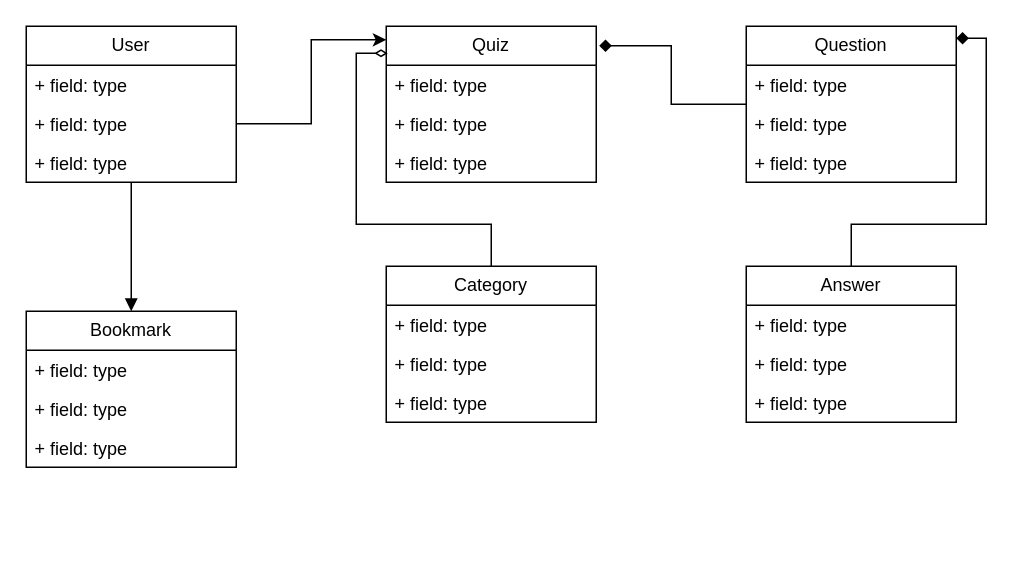
The draw.io diagram views/Untitled Diagram.drawio in AksharNana/QuizPlatform-Docs, before the edit. Source tidied: cells renumbered, new cells numbered last; positions are measured from the earlier drawing's top-left corner, leaving out a move shared by most shapes. Both pictures are drawn from the tidied source at 150%, with x=0, y=0 at pixel (26, 26).
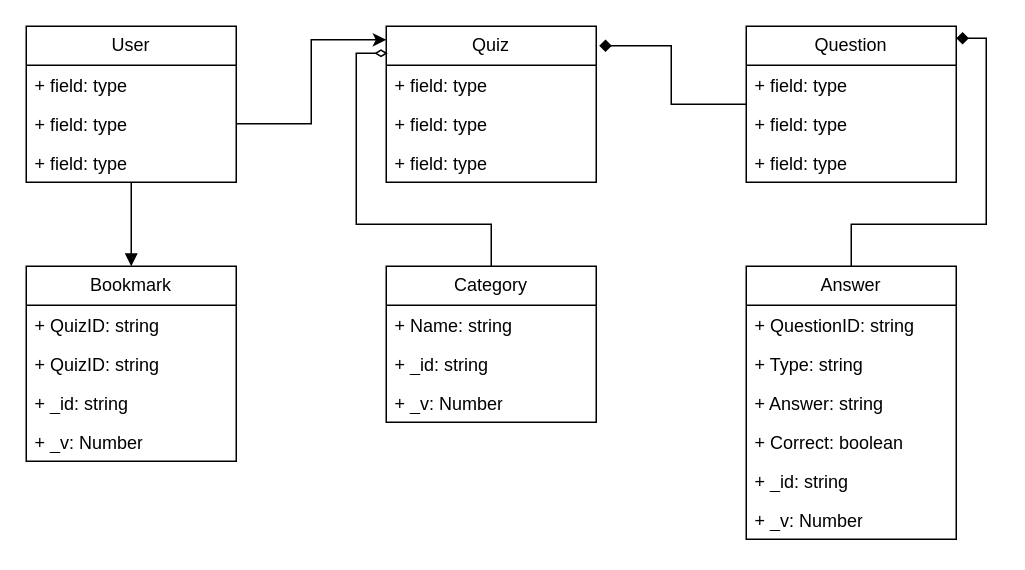
The same page after the edit.

Unchanged cells that the change refers to:
```xml
<mxCell id="22" value="Category" style="swimlane;fontStyle=0;horizontal=1;startSize=26;fillColor=none;whiteSpace=wrap;html=1;" parent="1" vertex="1">
  <mxGeometry x="240" y="160" width="140" height="104" as="geometry" />
</mxCell>
```

Diff of the diagram source:
```diff
@@
     <mxCell id="17" value="Answer" style="swimlane;fontStyle=0;horizontal=1;startSize=26;fillColor=none;whiteSpace=wrap;html=1;" parent="1" vertex="1">
-      <mxGeometry x="480" y="160" width="140" height="104" as="geometry" />
+      <mxGeometry x="480" y="160" width="140" height="182" as="geometry" />
     </mxCell>
-    <mxCell id="18" value="+ field: type" style="text;strokeColor=none;fillColor=none;align=left;verticalAlign=top;spacingLeft=4;spacingRight=4;overflow=hidden;whiteSpace=wrap;html=1;" parent="17" vertex="1">
+    <mxCell id="18" value="+ QuestionID: string" style="text;strokeColor=none;fillColor=none;align=left;verticalAlign=top;spacingLeft=4;spacingRight=4;overflow=hidden;whiteSpace=wrap;html=1;" parent="17" vertex="1">
       <mxGeometry y="26" width="140" height="26" as="geometry" />
     </mxCell>
-    <mxCell id="19" value="+ field: type" style="text;strokeColor=none;fillColor=none;align=left;verticalAlign=top;spacingLeft=4;spacingRight=4;overflow=hidden;whiteSpace=wrap;html=1;" parent="17" vertex="1">
+    <mxCell id="19" value="+ Type: string" style="text;strokeColor=none;fillColor=none;align=left;verticalAlign=top;spacingLeft=4;spacingRight=4;overflow=hidden;whiteSpace=wrap;html=1;" parent="17" vertex="1">
       <mxGeometry y="52" width="140" height="26" as="geometry" />
     </mxCell>
-    <mxCell id="20" value="+ field: type" style="text;strokeColor=none;fillColor=none;align=left;verticalAlign=top;spacingLeft=4;spacingRight=4;overflow=hidden;whiteSpace=wrap;html=1;" parent="17" vertex="1">
+    <mxCell id="20" value="+ Answer: string" style="text;strokeColor=none;fillColor=none;align=left;verticalAlign=top;spacingLeft=4;spacingRight=4;overflow=hidden;whiteSpace=wrap;html=1;" parent="17" vertex="1">
       <mxGeometry y="78" width="140" height="26" as="geometry" />
     </mxCell>
+    <mxCell id="31" value="+ Correct: boolean" style="text;strokeColor=none;fillColor=none;align=left;verticalAlign=top;spacingLeft=4;spacingRight=4;overflow=hidden;whiteSpace=wrap;html=1;" parent="17" vertex="1">
+      <mxGeometry y="104" width="140" height="26" as="geometry" />
+    </mxCell>
+    <mxCell id="32" value="+ _id: string" style="text;strokeColor=none;fillColor=none;align=left;verticalAlign=top;spacingLeft=4;spacingRight=4;overflow=hidden;whiteSpace=wrap;html=1;" parent="17" vertex="1">
+      <mxGeometry y="130" width="140" height="26" as="geometry" />
+    </mxCell>
+    <mxCell id="33" value="+ _v: Number" style="text;strokeColor=none;fillColor=none;align=left;verticalAlign=top;spacingLeft=4;spacingRight=4;overflow=hidden;whiteSpace=wrap;html=1;" parent="17" vertex="1">
+      <mxGeometry y="156" width="140" height="26" as="geometry" />
+    </mxCell>
@@
-    <mxCell id="23" value="+ field: type" style="text;strokeColor=none;fillColor=none;align=left;verticalAlign=top;spacingLeft=4;spacingRight=4;overflow=hidden;whiteSpace=wrap;html=1;" parent="22" vertex="1">
+    <mxCell id="23" value="+ Name: string" style="text;strokeColor=none;fillColor=none;align=left;verticalAlign=top;spacingLeft=4;spacingRight=4;overflow=hidden;whiteSpace=wrap;html=1;" parent="22" vertex="1">
       <mxGeometry y="26" width="140" height="26" as="geometry" />
     </mxCell>
-    <mxCell id="24" value="+ field: type" style="text;strokeColor=none;fillColor=none;align=left;verticalAlign=top;spacingLeft=4;spacingRight=4;overflow=hidden;whiteSpace=wrap;html=1;" parent="22" vertex="1">
+    <mxCell id="24" value="+ _id: string" style="text;strokeColor=none;fillColor=none;align=left;verticalAlign=top;spacingLeft=4;spacingRight=4;overflow=hidden;whiteSpace=wrap;html=1;" parent="22" vertex="1">
       <mxGeometry y="52" width="140" height="26" as="geometry" />
     </mxCell>
-    <mxCell id="25" value="+ field: type" style="text;strokeColor=none;fillColor=none;align=left;verticalAlign=top;spacingLeft=4;spacingRight=4;overflow=hidden;whiteSpace=wrap;html=1;" parent="22" vertex="1">
+    <mxCell id="25" value="+ _v: Number" style="text;strokeColor=none;fillColor=none;align=left;verticalAlign=top;spacingLeft=4;spacingRight=4;overflow=hidden;whiteSpace=wrap;html=1;" parent="22" vertex="1">
       <mxGeometry y="78" width="140" height="26" as="geometry" />
     </mxCell>
     <mxCell id="26" value="Bookmark" style="swimlane;fontStyle=0;horizontal=1;startSize=26;fillColor=none;whiteSpace=wrap;html=1;" parent="1" vertex="1">
-      <mxGeometry y="190" width="140" height="104" as="geometry" />
+      <mxGeometry y="160" width="140" height="130" as="geometry" />
     </mxCell>
-    <mxCell id="27" value="+ field: type" style="text;strokeColor=none;fillColor=none;align=left;verticalAlign=top;spacingLeft=4;spacingRight=4;overflow=hidden;whiteSpace=wrap;html=1;" parent="26" vertex="1">
+    <mxCell id="27" value="+ QuizID: string" style="text;strokeColor=none;fillColor=none;align=left;verticalAlign=top;spacingLeft=4;spacingRight=4;overflow=hidden;whiteSpace=wrap;html=1;" parent="26" vertex="1">
       <mxGeometry y="26" width="140" height="26" as="geometry" />
     </mxCell>
-    <mxCell id="28" value="+ field: type" style="text;strokeColor=none;fillColor=none;align=left;verticalAlign=top;spacingLeft=4;spacingRight=4;overflow=hidden;whiteSpace=wrap;html=1;" parent="26" vertex="1">
+    <mxCell id="28" value="+ QuizID: string" style="text;strokeColor=none;fillColor=none;align=left;verticalAlign=top;spacingLeft=4;spacingRight=4;overflow=hidden;whiteSpace=wrap;html=1;" parent="26" vertex="1">
       <mxGeometry y="52" width="140" height="26" as="geometry" />
     </mxCell>
-    <mxCell id="29" value="+ field: type" style="text;strokeColor=none;fillColor=none;align=left;verticalAlign=top;spacingLeft=4;spacingRight=4;overflow=hidden;whiteSpace=wrap;html=1;" parent="26" vertex="1">
+    <mxCell id="29" value="+ _id: string" style="text;strokeColor=none;fillColor=none;align=left;verticalAlign=top;spacingLeft=4;spacingRight=4;overflow=hidden;whiteSpace=wrap;html=1;" parent="26" vertex="1">
       <mxGeometry y="78" width="140" height="26" as="geometry" />
     </mxCell>
+    <mxCell id="34" value="+ _v: Number" style="text;strokeColor=none;fillColor=none;align=left;verticalAlign=top;spacingLeft=4;spacingRight=4;overflow=hidden;whiteSpace=wrap;html=1;" parent="26" vertex="1">
+      <mxGeometry y="104" width="140" height="26" as="geometry" />
+    </mxCell>
```
